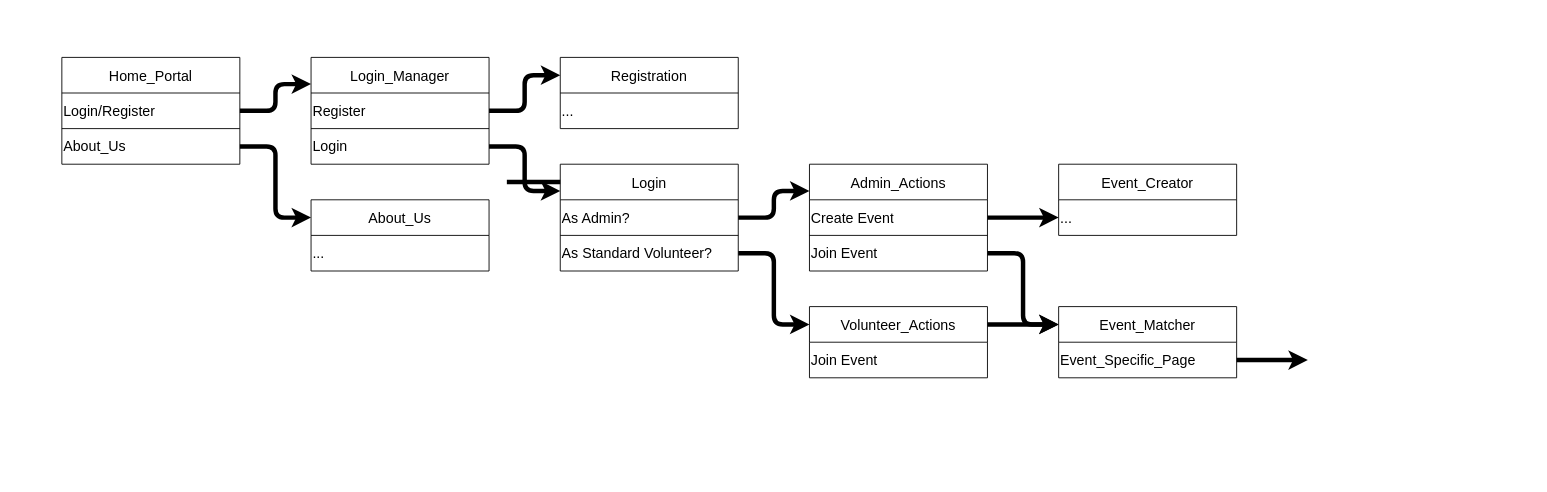
Above: Assignment2_Frontend/ClassToPage.drawio in Imanoodle13/COSC4353-Assignments (draw.io), before the change. Source tidied: cells renumbered, new cells numbered last; positions are measured from the earlier drawing's top-left corner, leaving out a move shared by most shapes. Both pictures are drawn from the tidied source at 89%, with x=0, y=0 at pixel (61, 57).
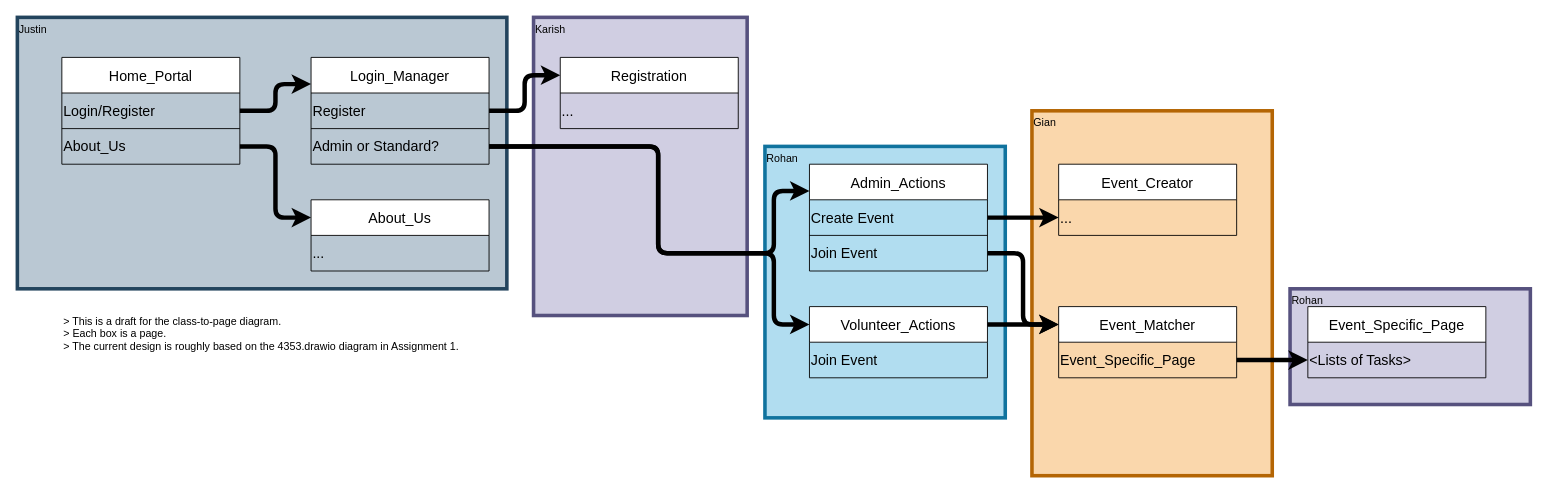
Above is the later version.

The change refers to these unchanged cells:
```xml
<mxCell id="5" style="shape=tableRow;horizontal=0;startSize=0;swimlaneHead=0;swimlaneBody=0;strokeColor=inherit;top=0;left=0;bottom=0;right=0;fillColor=none;points=[[0,0.5],[1,0.5]];portConstraint=eastwest;fontSize=16;align=left;" parent="2" vertex="1">
  <mxGeometry y="80" width="200" height="40" as="geometry" />
</mxCell>
<mxCell id="18" value="Admin_Actions" style="shape=table;startSize=40;childLayout=tableLayout;strokeColor=default;fontSize=16;swimlaneFillColor=light-dark(transparent,#555555);" parent="1" vertex="1">
  <mxGeometry x="840" y="120" width="200" height="120" as="geometry" />
</mxCell>
<mxCell id="23" value="Volunteer_Actions" style="shape=table;startSize=40;childLayout=tableLayout;strokeColor=default;fontSize=16;swimlaneFillColor=light-dark(transparent,#555555);" parent="1" vertex="1">
  <mxGeometry x="840" y="280" width="200" height="80" as="geometry" />
</mxCell>
<mxCell id="29" style="shape=tableRow;horizontal=0;startSize=0;swimlaneHead=0;swimlaneBody=0;strokeColor=inherit;top=0;left=0;bottom=0;right=0;fillColor=none;points=[[0,0.5],[1,0.5]];portConstraint=eastwest;fontSize=16;align=left;" parent="28" vertex="1">
  <mxGeometry y="40" width="200" height="40" as="geometry" />
</mxCell>
<mxCell id="41" style="shape=tableRow;horizontal=0;startSize=0;swimlaneHead=0;swimlaneBody=0;strokeColor=inherit;top=0;left=0;bottom=0;right=0;fillColor=none;points=[[0,0.5],[1,0.5]];portConstraint=eastwest;fontSize=16;align=left;" parent="38" vertex="1">
  <mxGeometry y="80" width="200" height="40" as="geometry" />
</mxCell>
<mxCell id="44" value="About_Us" style="shape=table;startSize=40;childLayout=tableLayout;strokeColor=default;fontSize=16;swimlaneFillColor=light-dark(transparent,#555555);" parent="1" vertex="1">
  <mxGeometry x="280" y="160" width="200" height="80" as="geometry" />
</mxCell>
```

Diff of the diagram source:
```diff
@@
+    <mxCell id="48" value="Gian" style="whiteSpace=wrap;html=1;fillColor=#fad7ac;strokeWidth=4;strokeColor=#b46504;verticalAlign=top;align=left;" parent="1" vertex="1">
+      <mxGeometry x="1090" y="60" width="270" height="410" as="geometry" />
+    </mxCell>
+    <mxCell id="49" value="Justin" style="whiteSpace=wrap;html=1;fillColor=#bac8d3;strokeWidth=4;strokeColor=#23445d;verticalAlign=top;align=left;" parent="1" vertex="1">
+      <mxGeometry x="-50" y="-45" width="550" height="305" as="geometry" />
+    </mxCell>
+    <mxCell id="50" value="Rohan" style="whiteSpace=wrap;html=1;fillColor=#b1ddf0;strokeWidth=4;strokeColor=#10739e;verticalAlign=top;align=left;" parent="1" vertex="1">
+      <mxGeometry x="790" y="100" width="270" height="305" as="geometry" />
+    </mxCell>
+    <mxCell id="51" value="Rohan" style="whiteSpace=wrap;html=1;fillColor=#d0cee2;strokeWidth=4;strokeColor=#56517e;verticalAlign=top;align=left;" parent="1" vertex="1">
+      <mxGeometry x="1380" y="260" width="270" height="130" as="geometry" />
+    </mxCell>
+    <mxCell id="52" value="Karish" style="whiteSpace=wrap;html=1;fillColor=#d0cee2;strokeWidth=4;strokeColor=#56517e;verticalAlign=top;align=left;" parent="1" vertex="1">
+      <mxGeometry x="530" y="-45" width="240" height="335" as="geometry" />
+    </mxCell>
@@
-    <mxCell id="6" value="Login" style="shape=partialRectangle;html=1;whiteSpace=wrap;strokeColor=inherit;overflow=hidden;fillColor=none;top=0;left=0;bottom=0;right=0;fontSize=16;align=left;" parent="5" vertex="1">
+    <mxCell id="6" value="Admin or Standard?" style="shape=partialRectangle;html=1;whiteSpace=wrap;strokeColor=inherit;overflow=hidden;fillColor=none;top=0;left=0;bottom=0;right=0;fontSize=16;align=left;" parent="5" vertex="1">
       <mxGeometry width="200" height="40" as="geometry" />
     </mxCell>
-    <mxCell id="7" style="edgeStyle=orthogonalEdgeStyle;html=1;exitX=1;exitY=0.5;exitDx=0;exitDy=0;strokeColor=light-dark(#000000,#000000);strokeWidth=5;elbow=vertical;entryX=0;entryY=0.25;entryDx=0;entryDy=0;" parent="1" edge="1" source="5" target="13">
-      <mxGeometry relative="1" as="geometry">
-        <Array as="points">
-          <mxPoint x="520" y="100" />
-          <mxPoint x="520" y="150" />
-        </Array>
-      </mxGeometry>
-    </mxCell>
@@
-    <mxCell id="9" style="edgeStyle=orthogonalEdgeStyle;html=1;exitX=1;exitY=0.5;exitDx=0;exitDy=0;strokeColor=light-dark(#000000,#000000);strokeWidth=5;" parent="1" edge="1">
-      <mxGeometry relative="1" as="geometry">
-        <mxPoint x="500" y="140" as="sourcePoint" />
-        <mxPoint x="600" y="140" as="targetPoint" />
-      </mxGeometry>
-    </mxCell>
@@
-    <mxCell id="13" value="Login" style="shape=table;startSize=40;childLayout=tableLayout;strokeColor=default;fontSize=16;swimlaneFillColor=light-dark(transparent,#555555);" parent="1" vertex="1">
-      <mxGeometry x="560" y="120" width="200" height="120" as="geometry" />
-    </mxCell>
-    <mxCell id="14" style="shape=tableRow;horizontal=0;startSize=0;swimlaneHead=0;swimlaneBody=0;strokeColor=inherit;top=0;left=0;bottom=0;right=0;fillColor=none;points=[[0,0.5],[1,0.5]];portConstraint=eastwest;fontSize=16;align=left;" parent="13" vertex="1">
-      <mxGeometry y="40" width="200" height="40" as="geometry" />
-    </mxCell>
-    <mxCell id="15" value="As Admin?" style="shape=partialRectangle;html=1;whiteSpace=wrap;strokeColor=inherit;overflow=hidden;fillColor=none;top=0;left=0;bottom=0;right=0;fontSize=16;align=left;" parent="14" vertex="1">
-      <mxGeometry width="200" height="40" as="geometry" />
-    </mxCell>
-    <mxCell id="16" style="shape=tableRow;horizontal=0;startSize=0;swimlaneHead=0;swimlaneBody=0;strokeColor=inherit;top=0;left=0;bottom=0;right=0;fillColor=none;points=[[0,0.5],[1,0.5]];portConstraint=eastwest;fontSize=16;align=left;" parent="13" vertex="1">
-      <mxGeometry y="80" width="200" height="40" as="geometry" />
-    </mxCell>
-    <mxCell id="17" value="As Standard Volunteer?" style="shape=partialRectangle;html=1;whiteSpace=wrap;strokeColor=inherit;overflow=hidden;fillColor=none;top=0;left=0;bottom=0;right=0;fontSize=16;align=left;" parent="16" vertex="1">
-      <mxGeometry width="200" height="40" as="geometry" />
-    </mxCell>
@@
-    <mxCell id="26" style="edgeStyle=orthogonalEdgeStyle;html=1;exitX=1;exitY=0.5;exitDx=0;exitDy=0;strokeColor=light-dark(#000000,#000000);strokeWidth=5;elbow=vertical;entryX=0;entryY=0.25;entryDx=0;entryDy=0;" parent="1" edge="1" source="14" target="18">
+    <mxCell id="26" style="edgeStyle=orthogonalEdgeStyle;html=1;exitX=1;exitY=0.5;exitDx=0;exitDy=0;strokeColor=light-dark(#000000,#000000);strokeWidth=5;elbow=vertical;entryX=0;entryY=0.25;entryDx=0;entryDy=0;" parent="1" edge="1" source="5" target="18">
       <mxGeometry relative="1" as="geometry">
         <Array as="points">
-          <mxPoint x="800" y="180" />
+          <mxPoint x="670" y="100" />
+          <mxPoint x="670" y="220" />
+          <mxPoint x="800" y="220" />
           <mxPoint x="800" y="150" />
         </Array>
       </mxGeometry>
     </mxCell>
-    <mxCell id="27" style="edgeStyle=orthogonalEdgeStyle;html=1;exitX=1;exitY=0.5;exitDx=0;exitDy=0;strokeColor=light-dark(#000000,#000000);strokeWidth=5;elbow=vertical;entryX=0;entryY=0.25;entryDx=0;entryDy=0;" parent="1" edge="1" source="16" target="23">
+    <mxCell id="27" style="edgeStyle=orthogonalEdgeStyle;html=1;exitX=1;exitY=0.5;exitDx=0;exitDy=0;strokeColor=light-dark(#000000,#000000);strokeWidth=5;elbow=vertical;entryX=0;entryY=0.25;entryDx=0;entryDy=0;" parent="1" edge="1" source="5" target="23">
       <mxGeometry relative="1" as="geometry">
         <Array as="points">
+          <mxPoint x="670" y="100" />
+          <mxPoint x="670" y="220" />
           <mxPoint x="800" y="220" />
           <mxPoint x="800" y="300" />
         </Array>
       </mxGeometry>
     </mxCell>
@@
-    <mxCell id="37" style="edgeStyle=orthogonalEdgeStyle;html=1;exitX=1;exitY=0.5;exitDx=0;exitDy=0;strokeColor=light-dark(#000000,#000000);strokeWidth=5;elbow=vertical;" parent="1" edge="1" source="29">
-      <mxGeometry relative="1" as="geometry">
-        <mxPoint x="1400" y="340" as="targetPoint" />
-        <Array as="points">
-          <mxPoint x="1360" y="340" />
-          <mxPoint x="1360" y="340" />
-        </Array>
-      </mxGeometry>
+    <mxCell id="37" style="edgeStyle=orthogonalEdgeStyle;html=1;exitX=1;exitY=0.5;exitDx=0;exitDy=0;strokeColor=light-dark(#000000,#000000);strokeWidth=5;elbow=vertical;entryX=0;entryY=0.5;entryDx=0;entryDy=0;" parent="1" edge="1" source="29" target="14">
+      <mxGeometry relative="1" as="geometry" />
     </mxCell>
@@
+    <mxCell id="53" value="&gt; This is a draft for the class-to-page diagram.&#10;&gt; Each box is a page.&#10;&gt; The current design is roughly based on the 4353.drawio diagram in Assignment 1." style="text;align=left;verticalAlign=middle;strokeColor=none;fillColor=none;fontColor=light-dark(#000000,#000000);" parent="1" vertex="1">
+      <mxGeometry y="280" width="470" height="60" as="geometry" />
+    </mxCell>
+    <mxCell id="54" value="Event_Specific_Page" style="shape=table;startSize=40;childLayout=tableLayout;strokeColor=default;fontSize=16;swimlaneFillColor=light-dark(transparent,#555555);" parent="1" vertex="1">
+      <mxGeometry x="1400" y="280" width="200" height="80" as="geometry" />
+    </mxCell>
+    <mxCell id="14" style="shape=tableRow;horizontal=0;startSize=0;swimlaneHead=0;swimlaneBody=0;strokeColor=inherit;top=0;left=0;bottom=0;right=0;fillColor=none;points=[[0,0.5],[1,0.5]];portConstraint=eastwest;fontSize=16;align=left;" parent="54" vertex="1">
+      <mxGeometry y="40" width="200" height="40" as="geometry" />
+    </mxCell>
+    <mxCell id="55" value="&amp;lt;Lists of Tasks&amp;gt;" style="shape=partialRectangle;html=1;whiteSpace=wrap;strokeColor=inherit;overflow=hidden;fillColor=none;top=0;left=0;bottom=0;right=0;fontSize=16;align=left;" parent="14" vertex="1">
+      <mxGeometry width="200" height="40" as="geometry" />
+    </mxCell>
     <mxCell id="47" style="edgeStyle=orthogonalEdgeStyle;html=1;exitX=1;exitY=0.5;exitDx=0;exitDy=0;strokeColor=light-dark(#000000,#000000);strokeWidth=5;entryX=0;entryY=0.25;entryDx=0;entryDy=0;" parent="1" edge="1" source="41" target="44">
-      <mxGeometry relative="1" as="geometry">
-        <Array as="points">
-          <mxPoint x="240" y="100" />
-          <mxPoint x="240" y="180" />
-        </Array>
-      </mxGeometry>
+      <mxGeometry relative="1" as="geometry" />
     </mxCell>
```
